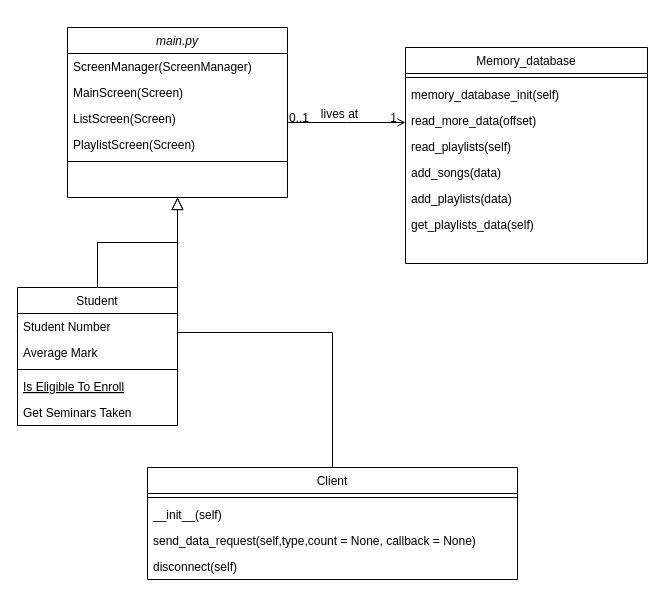
The draw.io diagram vk_project/vk_project_kivy_classes.drawio in ViktorM98/vk_project, before the edit. Source tidied: cells renumbered, new cells numbered last; positions are measured from the earlier drawing's top-left corner, leaving out a move shared by most shapes. Both pictures are drawn from the tidied source at 100%, with x=0, y=0 at pixel (17, 27).
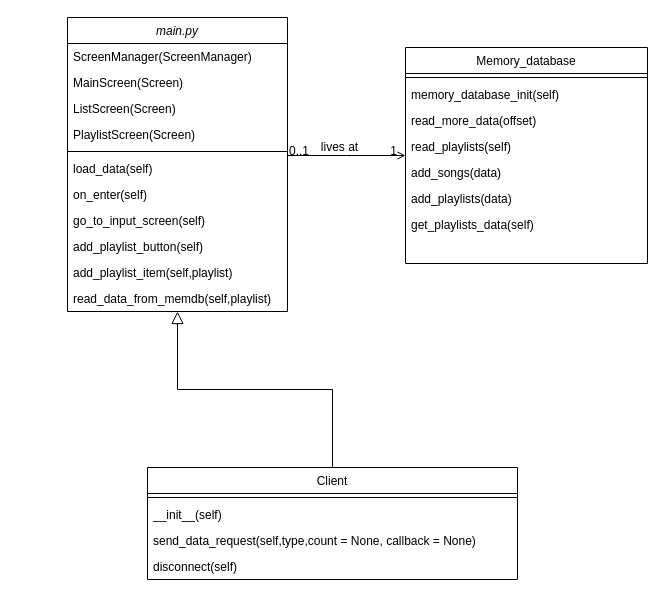
Above is the later version.

Diff of the diagram source:
```diff
@@
     <mxCell id="2" value="main.py" style="swimlane;fontStyle=2;align=center;verticalAlign=top;horizontal=1;startSize=26;rounded=0;shadow=0;strokeWidth=1;" parent="1" vertex="1">
-      <mxGeometry x="50" width="220" height="170" as="geometry" />
+      <mxGeometry x="50" y="-10" width="220" height="294" as="geometry" />
     </mxCell>
@@
-    <mxCell id="8" value="Student" style="swimlane;fontStyle=0;align=center;verticalAlign=top;horizontal=1;startSize=26;rounded=0;shadow=0;strokeWidth=1;" parent="1" vertex="1">
-      <mxGeometry y="260" width="160" height="138" as="geometry" />
-    </mxCell>
-    <mxCell id="9" value="Student Number" style="text;align=left;verticalAlign=top;spacingLeft=4;spacingRight=4;overflow=hidden;" parent="8" vertex="1">
-      <mxGeometry y="26" width="160" height="26" as="geometry" />
-    </mxCell>
-    <mxCell id="10" value="Average Mark" style="text;align=left;verticalAlign=top;spacingLeft=4;spacingRight=4;overflow=hidden;rounded=0;shadow=0;html=0;" parent="8" vertex="1">
-      <mxGeometry y="52" width="160" height="26" as="geometry" />
-    </mxCell>
-    <mxCell id="11" style="line;html=1;strokeWidth=1;align=left;verticalAlign=middle;spacingTop=-1;spacingLeft=3;spacingRight=3;labelPosition=right;" parent="8" vertex="1">
-      <mxGeometry y="78" width="160" height="8" as="geometry" />
-    </mxCell>
-    <mxCell id="12" value="Is Eligible To Enroll" style="text;align=left;verticalAlign=top;spacingLeft=4;spacingRight=4;overflow=hidden;fontStyle=4;" parent="8" vertex="1">
-      <mxGeometry y="86" width="160" height="26" as="geometry" />
-    </mxCell>
-    <mxCell id="13" value="Get Seminars Taken" style="text;align=left;verticalAlign=top;spacingLeft=4;spacingRight=4;overflow=hidden;" parent="8" vertex="1">
-      <mxGeometry y="112" width="160" height="26" as="geometry" />
-    </mxCell>
+    <mxCell id="33" value="load_data(self)" style="text;align=left;verticalAlign=top;spacingLeft=4;spacingRight=4;overflow=hidden;" parent="2" vertex="1">
+      <mxGeometry y="138" width="220" height="26" as="geometry" />
+    </mxCell>
+    <mxCell id="34" value="on_enter(self)" style="text;align=left;verticalAlign=top;spacingLeft=4;spacingRight=4;overflow=hidden;" parent="2" vertex="1">
+      <mxGeometry y="164" width="220" height="26" as="geometry" />
+    </mxCell>
+    <mxCell id="35" value="go_to_input_screen(self)" style="text;align=left;verticalAlign=top;spacingLeft=4;spacingRight=4;overflow=hidden;" parent="2" vertex="1">
+      <mxGeometry y="190" width="220" height="26" as="geometry" />
+    </mxCell>
+    <mxCell id="36" value="add_playlist_button(self)" style="text;align=left;verticalAlign=top;spacingLeft=4;spacingRight=4;overflow=hidden;" parent="2" vertex="1">
+      <mxGeometry y="216" width="220" height="26" as="geometry" />
+    </mxCell>
+    <mxCell id="37" value="add_playlist_item(self,playlist)" style="text;align=left;verticalAlign=top;spacingLeft=4;spacingRight=4;overflow=hidden;" parent="2" vertex="1">
+      <mxGeometry y="242" width="220" height="26" as="geometry" />
+    </mxCell>
+    <mxCell id="38" value="read_data_from_memdb(self,playlist)" style="text;align=left;verticalAlign=top;spacingLeft=4;spacingRight=4;overflow=hidden;" parent="2" vertex="1">
+      <mxGeometry y="268" width="220" height="26" as="geometry" />
+    </mxCell>
-    <mxCell id="14" style="endArrow=block;endSize=10;endFill=0;shadow=0;strokeWidth=1;rounded=0;curved=0;edgeStyle=elbowEdgeStyle;elbow=vertical;" parent="1" edge="1" source="8" target="2">
-      <mxGeometry relative="1" as="geometry" />
+    <mxCell id="14" style="endArrow=block;endSize=10;endFill=0;shadow=0;strokeWidth=1;rounded=0;curved=0;edgeStyle=elbowEdgeStyle;elbow=vertical;" parent="1" edge="1" target="2">
+      <mxGeometry relative="1" as="geometry">
+        <mxPoint x="50" y="282" as="sourcePoint" />
+      </mxGeometry>
     </mxCell>
```
